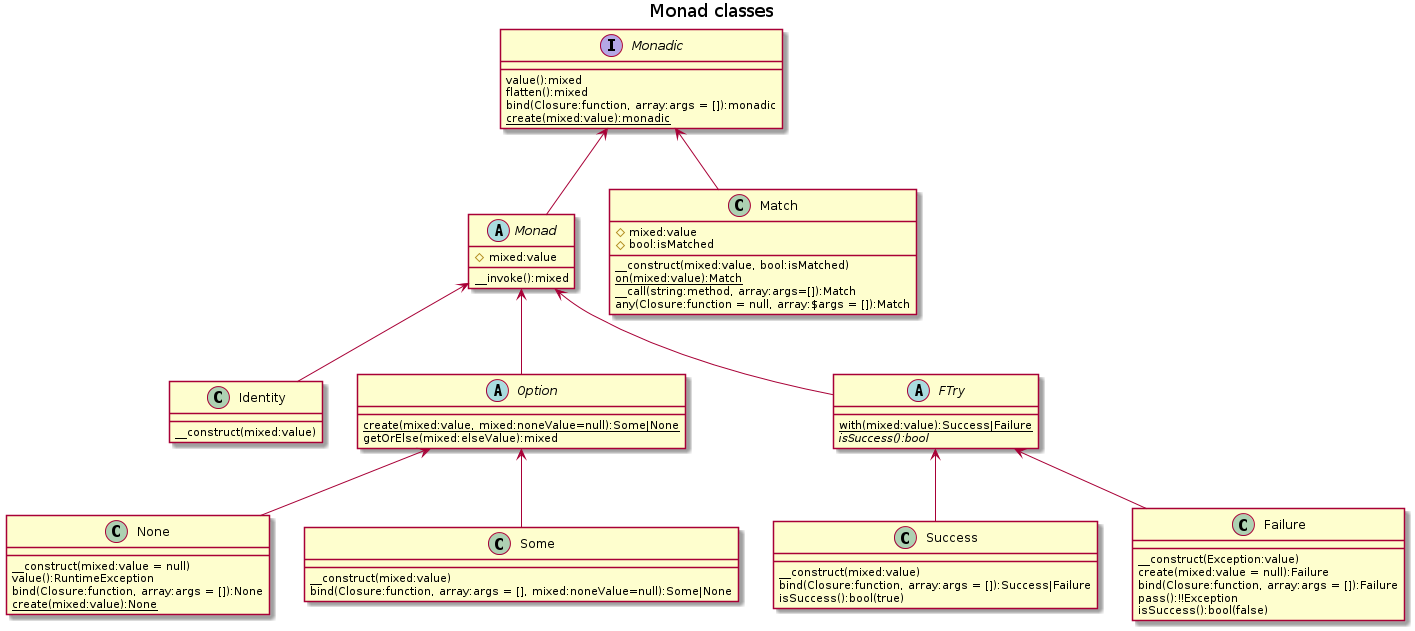
This is docs/monad-classes.png from chippyash/Monad, a PlantUML export, as it was before one commit.
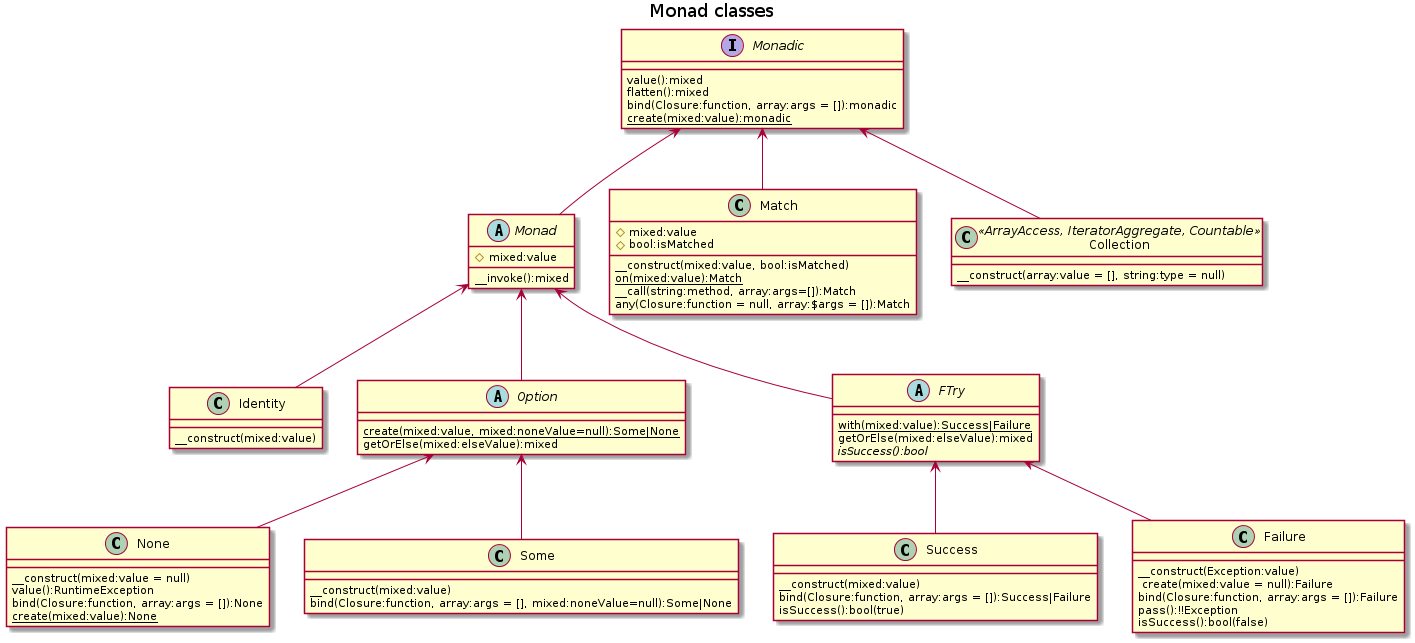
After the change.

The edit, as a diff of the source:
```diff
@@ -45,6 +45,7 @@
 
 abstract class FTry {
     {static} with(mixed:value):Success|Failure
+    getOrElse(mixed:elseValue):mixed
     {abstract} isSuccess():bool
 }
 
@@ -62,8 +63,13 @@
     isSuccess():bool(false)
 }
 
+class Collection <<ArrayAccess, IteratorAggregate, Countable>> {
+    __construct(array:value = [], string:type = null)
+}
+
 Monadic <-- Monad
 Monadic <-- Match
+Monadic <-- Collection
 Monad <-- Identity
 Monad <-- Option
 Option <-- None
@@ -71,4 +77,5 @@
 Monad <-- FTry
 FTry <-- Success
 FTry <-- Failure
+
 @enduml
```
